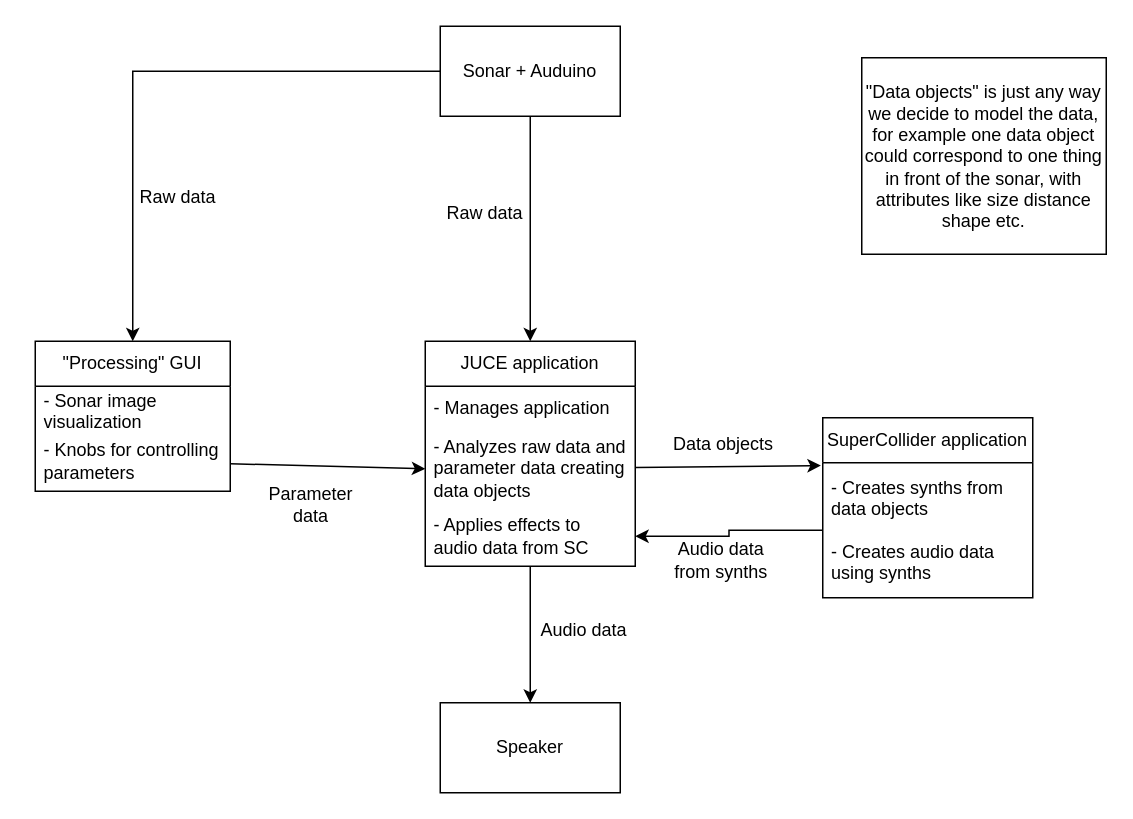
Earlier version of the draw.io diagram project-materials/sonar-synth.drawio (digesebastian/sonic-synth). Source tidied: cells renumbered, new cells numbered last; positions are measured from the earlier drawing's top-left corner, leaving out a move shared by most shapes. Both pictures are drawn from the tidied source at 150%, with x=0, y=0 at pixel (34, 26).
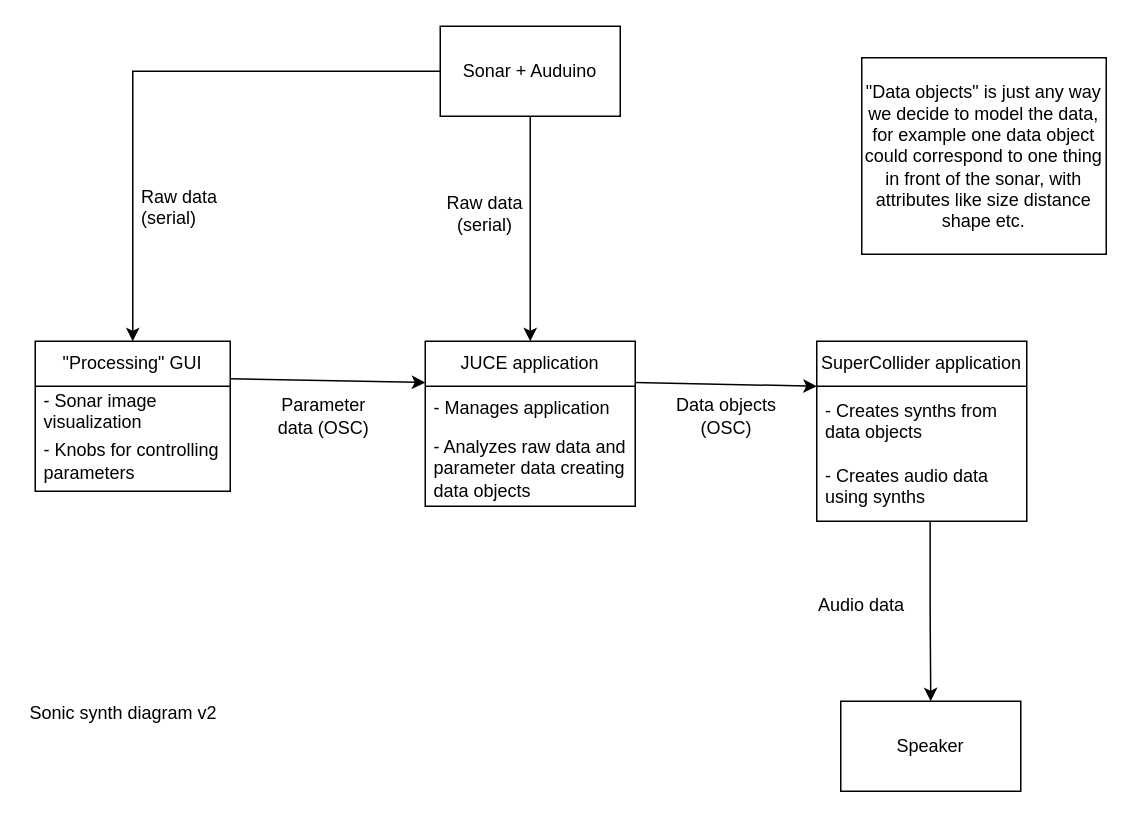
After the change.

The change refers to these unchanged cells:
```xml
<mxCell id="10" value="- Analyzes raw data and parameter data creating data objects" style="text;strokeColor=none;fillColor=none;align=left;verticalAlign=middle;spacingLeft=4;spacingRight=4;overflow=hidden;points=[[0,0.5],[1,0.5]];portConstraint=eastwest;whiteSpace=wrap;html=1;" parent="8" vertex="1">
  <mxGeometry y="60" width="140" height="50" as="geometry" />
</mxCell>
<mxCell id="13" value="&lt;div&gt;- Creates synths from data objects&lt;/div&gt;&lt;div&gt;&lt;br&gt;&lt;/div&gt;&lt;div&gt;- Creates audio data using synths&lt;/div&gt;" style="text;strokeColor=none;fillColor=none;align=left;verticalAlign=middle;spacingLeft=4;spacingRight=4;overflow=hidden;points=[[0,0.5],[1,0.5]];portConstraint=eastwest;whiteSpace=wrap;html=1;" parent="12" vertex="1">
  <mxGeometry y="30" width="140" height="90" as="geometry" />
</mxCell>
<mxCell id="14" value="&quot;Processing&quot; GUI" style="swimlane;fontStyle=0;horizontal=1;startSize=30;whiteSpace=wrap;html=1;" parent="1" vertex="1">
  <mxGeometry y="210" width="130" height="100" as="geometry" />
</mxCell>
<mxCell id="16" value="- Knobs for controlling parameters" style="text;strokeColor=none;fillColor=none;align=left;verticalAlign=middle;spacingLeft=4;spacingRight=4;overflow=hidden;points=[[0,0.5],[1,0.5]];portConstraint=eastwest;whiteSpace=wrap;html=1;" parent="14" vertex="1">
  <mxGeometry y="60" width="130" height="40" as="geometry" />
</mxCell>
```

Change to the diagram source:
```diff
@@
-    <mxCell id="5" value="Raw data" style="text;html=1;whiteSpace=wrap;strokeColor=none;fillColor=none;align=center;verticalAlign=middle;rounded=0;" parent="1" vertex="1">
+    <mxCell id="5" value="Raw data&lt;br&gt;&lt;div&gt;(serial)&lt;/div&gt;" style="text;html=1;whiteSpace=wrap;strokeColor=none;fillColor=none;align=center;verticalAlign=middle;rounded=0;" parent="1" vertex="1">
       <mxGeometry x="270" y="110" width="60" height="30" as="geometry" />
     </mxCell>
-    <mxCell id="6" value="Raw data" style="text;whiteSpace=wrap;html=1;" parent="1" vertex="1">
-      <mxGeometry x="68" y="100" width="80" height="40" as="geometry" />
+    <mxCell id="6" value="Raw data (serial)" style="text;whiteSpace=wrap;html=1;" parent="1" vertex="1">
+      <mxGeometry x="69" y="100" width="80" height="40" as="geometry" />
     </mxCell>
-    <mxCell id="7" style="edgeStyle=orthogonalEdgeStyle;rounded=0;jettySize=auto;html=1;entryX=0.5;entryY=0;entryDx=0;entryDy=0;" parent="1" edge="1" source="8" target="21">
+    <mxCell id="7" style="edgeStyle=orthogonalEdgeStyle;rounded=0;jettySize=auto;html=1;entryX=0.5;entryY=0;entryDx=0;entryDy=0;exitX=0.54;exitY=1;exitDx=0;exitDy=0;exitPerimeter=0;" parent="1" edge="1" source="13" target="21">
       <mxGeometry relative="1" as="geometry" />
     </mxCell>
     <mxCell id="8" value="JUCE application" style="swimlane;fontStyle=0;horizontal=1;startSize=30;whiteSpace=wrap;html=1;" parent="1" vertex="1">
-      <mxGeometry x="260" y="210" width="140" height="150" as="geometry" />
+      <mxGeometry x="260" y="210" width="140" height="110" as="geometry" />
     </mxCell>
@@
-    <mxCell id="11" value="- Applies effects to audio data from SC" style="text;strokeColor=none;fillColor=none;align=left;verticalAlign=middle;spacingLeft=4;spacingRight=4;overflow=hidden;points=[[0,0.5],[1,0.5]];portConstraint=eastwest;whiteSpace=wrap;html=1;" parent="8" vertex="1">
-      <mxGeometry y="110" width="140" height="40" as="geometry" />
-    </mxCell>
     <mxCell id="12" value="SuperCollider application" style="swimlane;fontStyle=0;horizontal=1;startSize=30;whiteSpace=wrap;html=1;" parent="1" vertex="1">
-      <mxGeometry x="525" y="261" width="140" height="120" as="geometry" />
+      <mxGeometry x="521" y="210" width="140" height="120" as="geometry" />
     </mxCell>
@@
-    <mxCell id="17" style="rounded=0;jettySize=auto;html=1;entryX=0;entryY=0.5;entryDx=0;entryDy=0;" parent="1" edge="1" source="16" target="10">
+    <mxCell id="17" style="rounded=0;jettySize=auto;html=1;entryX=0;entryY=0.25;entryDx=0;entryDy=0;exitX=1;exitY=0.25;exitDx=0;exitDy=0;" parent="1" edge="1" source="14" target="8">
       <mxGeometry relative="1" as="geometry" />
     </mxCell>
-    <mxCell id="18" value="Parameter data" style="text;html=1;whiteSpace=wrap;strokeColor=none;fillColor=none;align=center;verticalAlign=middle;rounded=0;" parent="1" vertex="1">
-      <mxGeometry x="154" y="304" width="60" height="30" as="geometry" />
+    <mxCell id="18" value="Parameter data (OSC)" style="text;html=1;whiteSpace=wrap;strokeColor=none;fillColor=none;align=center;verticalAlign=middle;rounded=0;" parent="1" vertex="1">
+      <mxGeometry x="152" y="245" width="81" height="30" as="geometry" />
     </mxCell>
-    <mxCell id="19" style="rounded=0;jettySize=auto;html=1;entryX=-0.009;entryY=0.021;entryDx=0;entryDy=0;entryPerimeter=0;" parent="1" edge="1" source="10" target="13">
+    <mxCell id="19" style="rounded=0;jettySize=auto;html=1;entryX=0;entryY=0.25;entryDx=0;entryDy=0;exitX=1;exitY=0.25;exitDx=0;exitDy=0;" parent="1" edge="1" source="8" target="12">
       <mxGeometry relative="1" as="geometry" />
     </mxCell>
-    <mxCell id="20" value="Data objects" style="text;html=1;whiteSpace=wrap;strokeColor=none;fillColor=none;align=center;verticalAlign=middle;rounded=0;" parent="1" vertex="1">
-      <mxGeometry x="414" y="264" width="90" height="30" as="geometry" />
+    <mxCell id="20" value="Data objects (OSC)" style="text;html=1;whiteSpace=wrap;strokeColor=none;fillColor=none;align=center;verticalAlign=middle;rounded=0;" parent="1" vertex="1">
+      <mxGeometry x="416" y="245" width="90" height="30" as="geometry" />
     </mxCell>
     <mxCell id="21" value="Speaker" style="rounded=0;whiteSpace=wrap;html=1;" parent="1" vertex="1">
-      <mxGeometry x="270" y="451" width="120" height="60" as="geometry" />
+      <mxGeometry x="537" y="450" width="120" height="60" as="geometry" />
     </mxCell>
     <mxCell id="22" value="Audio data" style="text;html=1;whiteSpace=wrap;strokeColor=none;fillColor=none;align=center;verticalAlign=middle;rounded=0;" parent="1" vertex="1">
-      <mxGeometry x="336" y="388" width="60" height="30" as="geometry" />
+      <mxGeometry x="521" y="371" width="60" height="30" as="geometry" />
     </mxCell>
-    <mxCell id="23" style="edgeStyle=orthogonalEdgeStyle;rounded=0;jettySize=auto;html=1;entryX=1;entryY=0.5;entryDx=0;entryDy=0;exitX=0;exitY=0.5;exitDx=0;exitDy=0;" parent="1" edge="1" source="13" target="11">
-      <mxGeometry relative="1" as="geometry" />
-    </mxCell>
-    <mxCell id="24" value="Audio data from synths" style="text;html=1;whiteSpace=wrap;strokeColor=none;fillColor=none;align=center;verticalAlign=middle;rounded=0;" parent="1" vertex="1">
-      <mxGeometry x="415" y="341" width="85" height="30" as="geometry" />
-    </mxCell>
@@
+    <mxCell id="26" value="Sonic synth diagram v2" style="text;html=1;whiteSpace=wrap;strokeColor=none;fillColor=none;align=center;verticalAlign=middle;rounded=0;" parent="1" vertex="1">
+      <mxGeometry x="-6" y="443" width="130" height="30" as="geometry" />
+    </mxCell>
```
